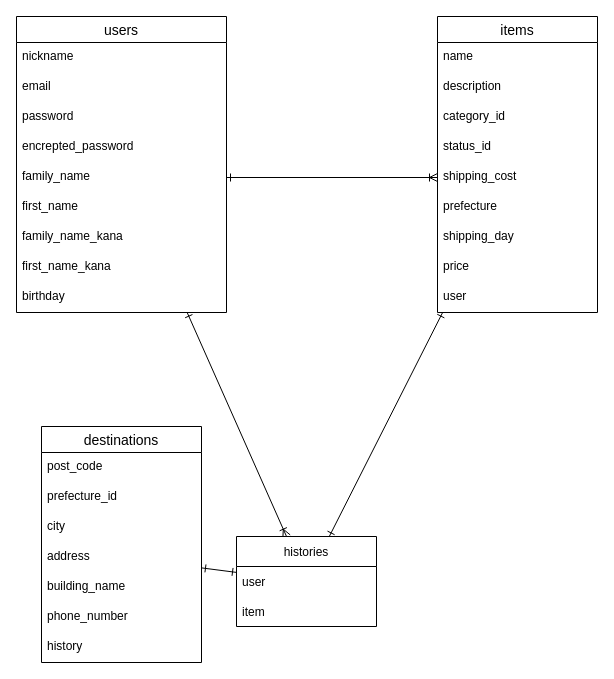
Above: ER.dio in valuset3/furima-38021 (draw.io), before the change. Source tidied: cells renumbered, new cells numbered last; positions are measured from the earlier drawing's top-left corner, leaving out a move shared by most shapes. Both pictures are drawn from the tidied source at 100%, with x=0, y=0 at pixel (16, 16).
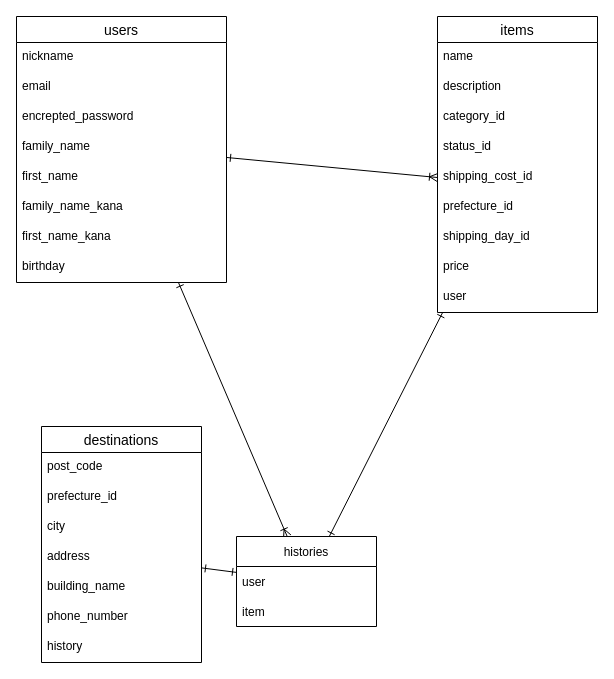
Above is the later version.

The change refers to these unchanged cells:
```xml
<mxCell id="14" value="items" style="swimlane;fontStyle=0;horizontal=1;startSize=26;align=center;fontSize=14;" parent="1" vertex="1">
  <mxGeometry x="421" width="160" height="296" as="geometry" />
</mxCell>
```

Change to the diagram source:
```diff
@@
     <mxCell id="3" value="users" style="swimlane;fontStyle=0;horizontal=1;startSize=26;align=center;fontSize=14;" parent="1" vertex="1">
-      <mxGeometry width="210" height="296" as="geometry" />
+      <mxGeometry width="210" height="266" as="geometry" />
     </mxCell>
@@
-    <mxCell id="6" value="password " style="text;strokeColor=none;fillColor=none;spacingLeft=4;spacingRight=4;overflow=hidden;fontSize=12;" parent="3" vertex="1">
-      <mxGeometry y="86" width="210" height="30" as="geometry" />
-    </mxCell>
     <mxCell id="7" value="encrepted_password" style="text;strokeColor=none;fillColor=none;spacingLeft=4;spacingRight=4;overflow=hidden;fontSize=12;" parent="3" vertex="1">
-      <mxGeometry y="116" width="210" height="30" as="geometry" />
+      <mxGeometry y="86" width="210" height="30" as="geometry" />
     </mxCell>
     <mxCell id="8" value="family_name" style="text;strokeColor=none;fillColor=none;spacingLeft=4;spacingRight=4;overflow=hidden;points=[[0,0.5],[1,0.5]];portConstraint=eastwest;fontSize=12;" parent="3" vertex="1">
-      <mxGeometry y="146" width="210" height="30" as="geometry" />
+      <mxGeometry y="116" width="210" height="30" as="geometry" />
     </mxCell>
     <mxCell id="9" value="first_name" style="text;strokeColor=none;fillColor=none;spacingLeft=4;spacingRight=4;overflow=hidden;fontSize=12;" parent="3" vertex="1">
-      <mxGeometry y="176" width="210" height="30" as="geometry" />
+      <mxGeometry y="146" width="210" height="30" as="geometry" />
     </mxCell>
     <mxCell id="10" value="family_name_kana" style="text;strokeColor=none;fillColor=none;spacingLeft=4;spacingRight=4;overflow=hidden;fontSize=12;" parent="3" vertex="1">
-      <mxGeometry y="206" width="210" height="30" as="geometry" />
+      <mxGeometry y="176" width="210" height="30" as="geometry" />
     </mxCell>
     <mxCell id="11" value="first_name_kana" style="text;strokeColor=none;fillColor=none;spacingLeft=4;spacingRight=4;overflow=hidden;fontSize=12;" parent="3" vertex="1">
-      <mxGeometry y="236" width="210" height="30" as="geometry" />
+      <mxGeometry y="206" width="210" height="30" as="geometry" />
     </mxCell>
     <mxCell id="12" value="birthday" style="text;strokeColor=none;fillColor=none;spacingLeft=4;spacingRight=4;overflow=hidden;fontSize=12;" parent="3" vertex="1">
-      <mxGeometry y="266" width="210" height="30" as="geometry" />
+      <mxGeometry y="236" width="210" height="30" as="geometry" />
     </mxCell>
@@
-    <mxCell id="19" value="shipping_cost" style="text;strokeColor=none;fillColor=none;spacingLeft=4;spacingRight=4;overflow=hidden;points=[[0,0.5],[1,0.5]];portConstraint=eastwest;fontSize=12;" parent="14" vertex="1">
+    <mxCell id="19" value="shipping_cost_id" style="text;strokeColor=none;fillColor=none;spacingLeft=4;spacingRight=4;overflow=hidden;points=[[0,0.5],[1,0.5]];portConstraint=eastwest;fontSize=12;" parent="14" vertex="1">
       <mxGeometry y="146" width="160" height="30" as="geometry" />
     </mxCell>
-    <mxCell id="20" value="prefecture" style="text;strokeColor=none;fillColor=none;spacingLeft=4;spacingRight=4;overflow=hidden;fontSize=12;" parent="14" vertex="1">
+    <mxCell id="20" value="prefecture_id" style="text;strokeColor=none;fillColor=none;spacingLeft=4;spacingRight=4;overflow=hidden;fontSize=12;" parent="14" vertex="1">
       <mxGeometry y="176" width="160" height="30" as="geometry" />
     </mxCell>
-    <mxCell id="21" value="shipping_day" style="text;strokeColor=none;fillColor=none;spacingLeft=4;spacingRight=4;overflow=hidden;fontSize=12;" parent="14" vertex="1">
+    <mxCell id="21" value="shipping_day_id" style="text;strokeColor=none;fillColor=none;spacingLeft=4;spacingRight=4;overflow=hidden;fontSize=12;" parent="14" vertex="1">
       <mxGeometry y="206" width="160" height="30" as="geometry" />
     </mxCell>
```
